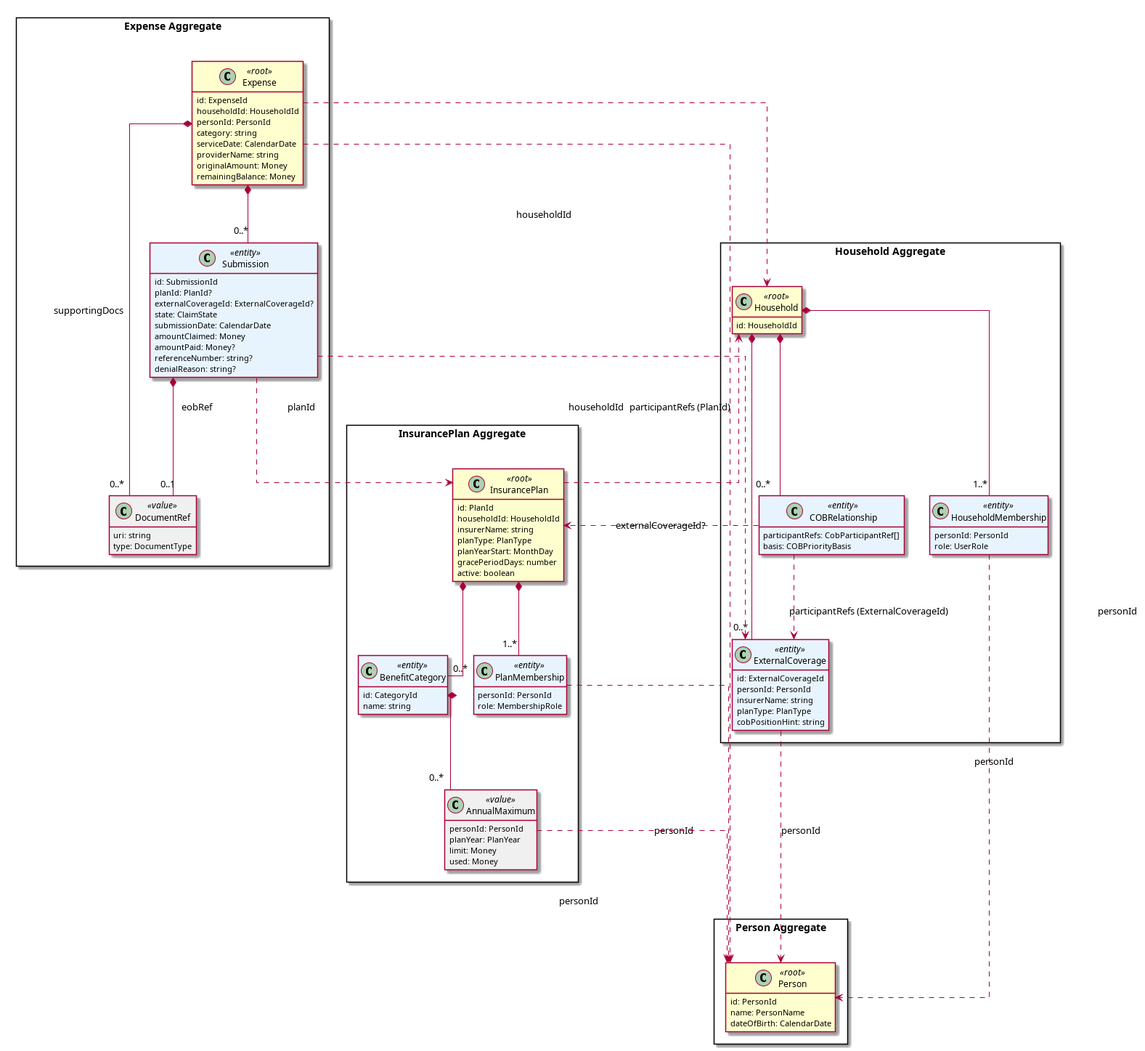
The PlantUML diagram docs/02-solution/diagrams/aggregate-map.png in hallb/coordinate, before a commit.
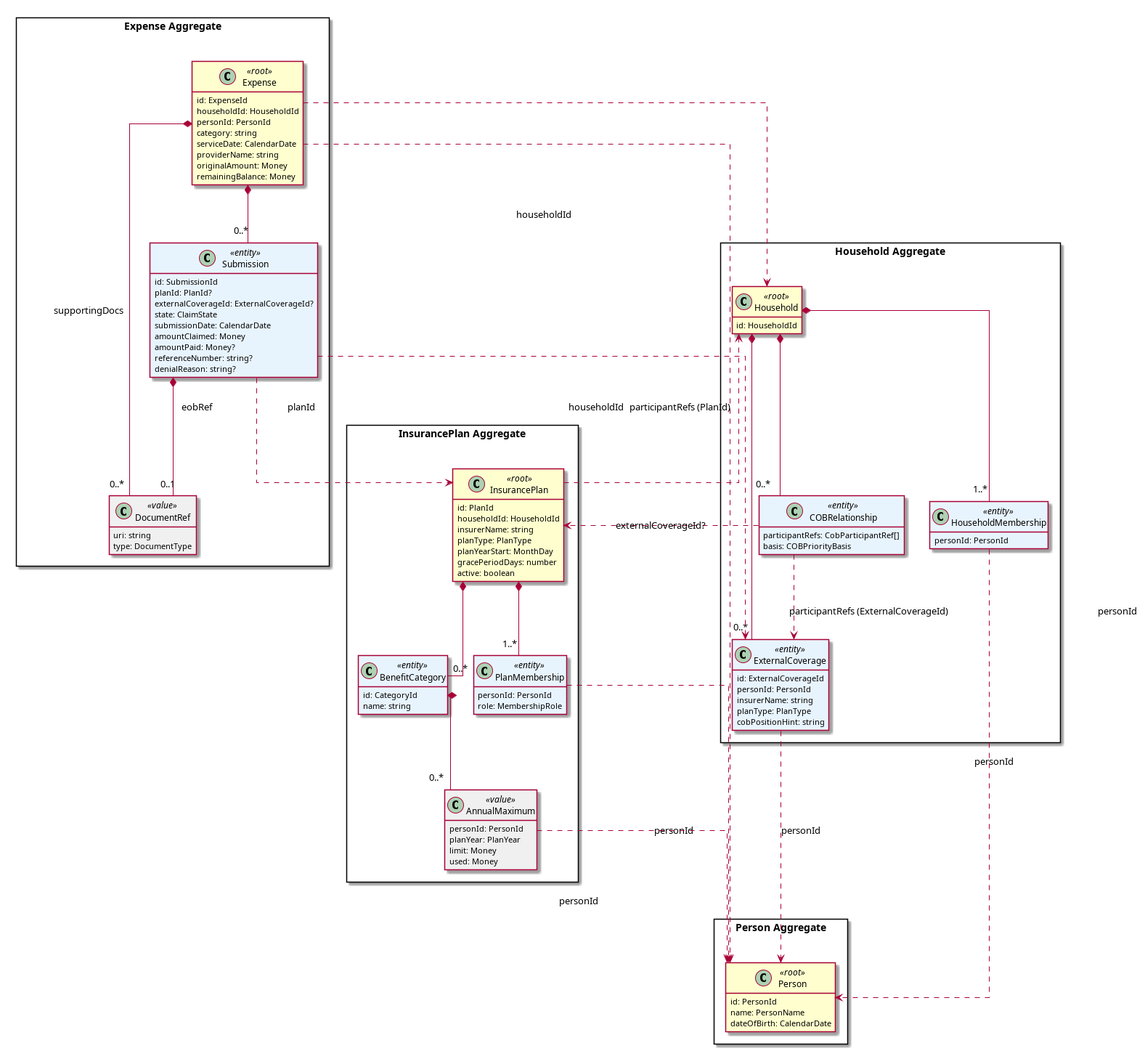
Later version of the same file.

Change to the diagram source:
```diff
@@ -22,7 +22,6 @@
     }
     class HouseholdMembership <<entity>> {
         personId: PersonId
-        role: UserRole
     }
     class ExternalCoverage <<entity>> {
         id: ExternalCoverageId
```
